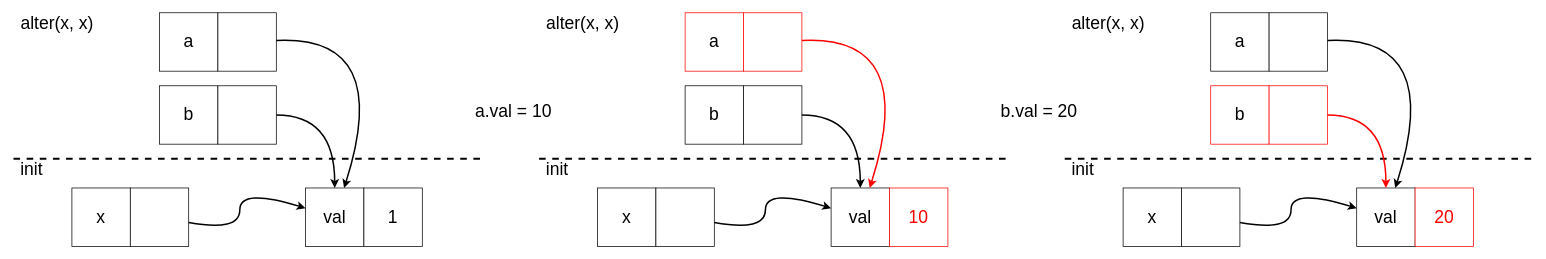
The draw.io diagram course7/alias.drawio in moonbitlang/moonbit-course, before the edit. Source tidied: cells renumbered, new cells numbered last; positions are measured from the earlier drawing's top-left corner, leaving out a move shared by most shapes. Both pictures are drawn from the tidied source at 73%, with x=0, y=0 at pixel (13, 12).
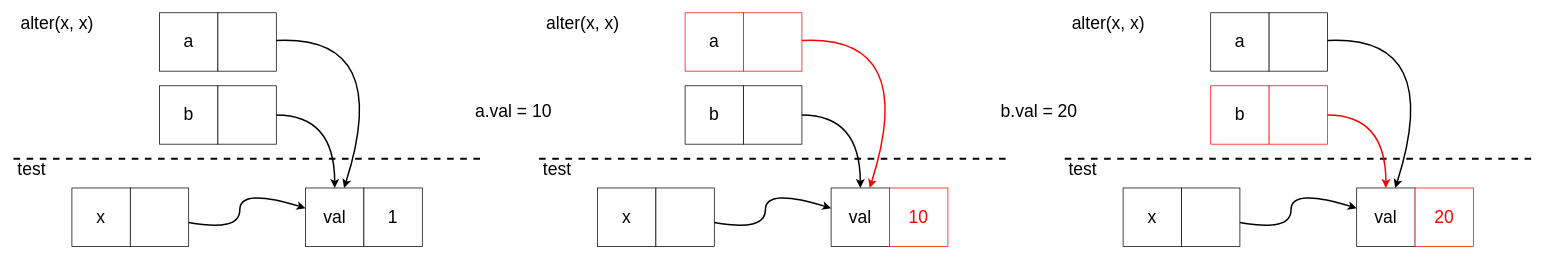
The same diagram, later.

What changed in the source:
```diff
@@
-    <mxCell id="11" value="&lt;font style=&quot;font-size: 24px;&quot;&gt;init&lt;/font&gt;" style="text;html=1;strokeColor=none;fillColor=none;align=center;verticalAlign=middle;whiteSpace=wrap;rounded=0;" parent="1" vertex="1">
+    <mxCell id="11" value="&lt;font style=&quot;font-size: 24px;&quot;&gt;test&lt;/font&gt;" style="text;html=1;strokeColor=none;fillColor=none;align=center;verticalAlign=middle;whiteSpace=wrap;rounded=0;" parent="1" vertex="1">
       <mxGeometry y="200" width="50" height="30" as="geometry" />
     </mxCell>
@@
-    <mxCell id="25" value="&lt;font style=&quot;font-size: 24px;&quot;&gt;init&lt;/font&gt;" style="text;html=1;strokeColor=none;fillColor=none;align=center;verticalAlign=middle;whiteSpace=wrap;rounded=0;" parent="1" vertex="1">
+    <mxCell id="25" value="&lt;font style=&quot;font-size: 24px;&quot;&gt;test&lt;/font&gt;" style="text;html=1;strokeColor=none;fillColor=none;align=center;verticalAlign=middle;whiteSpace=wrap;rounded=0;" parent="1" vertex="1">
       <mxGeometry x="720" y="200" width="50" height="30" as="geometry" />
     </mxCell>
@@
-    <mxCell id="39" value="&lt;font style=&quot;font-size: 24px;&quot;&gt;init&lt;/font&gt;" style="text;html=1;strokeColor=none;fillColor=none;align=center;verticalAlign=middle;whiteSpace=wrap;rounded=0;" parent="1" vertex="1">
+    <mxCell id="39" value="&lt;font style=&quot;font-size: 24px;&quot;&gt;test&lt;/font&gt;" style="text;html=1;strokeColor=none;fillColor=none;align=center;verticalAlign=middle;whiteSpace=wrap;rounded=0;" parent="1" vertex="1">
       <mxGeometry x="1440" y="200" width="50" height="30" as="geometry" />
     </mxCell>
```
